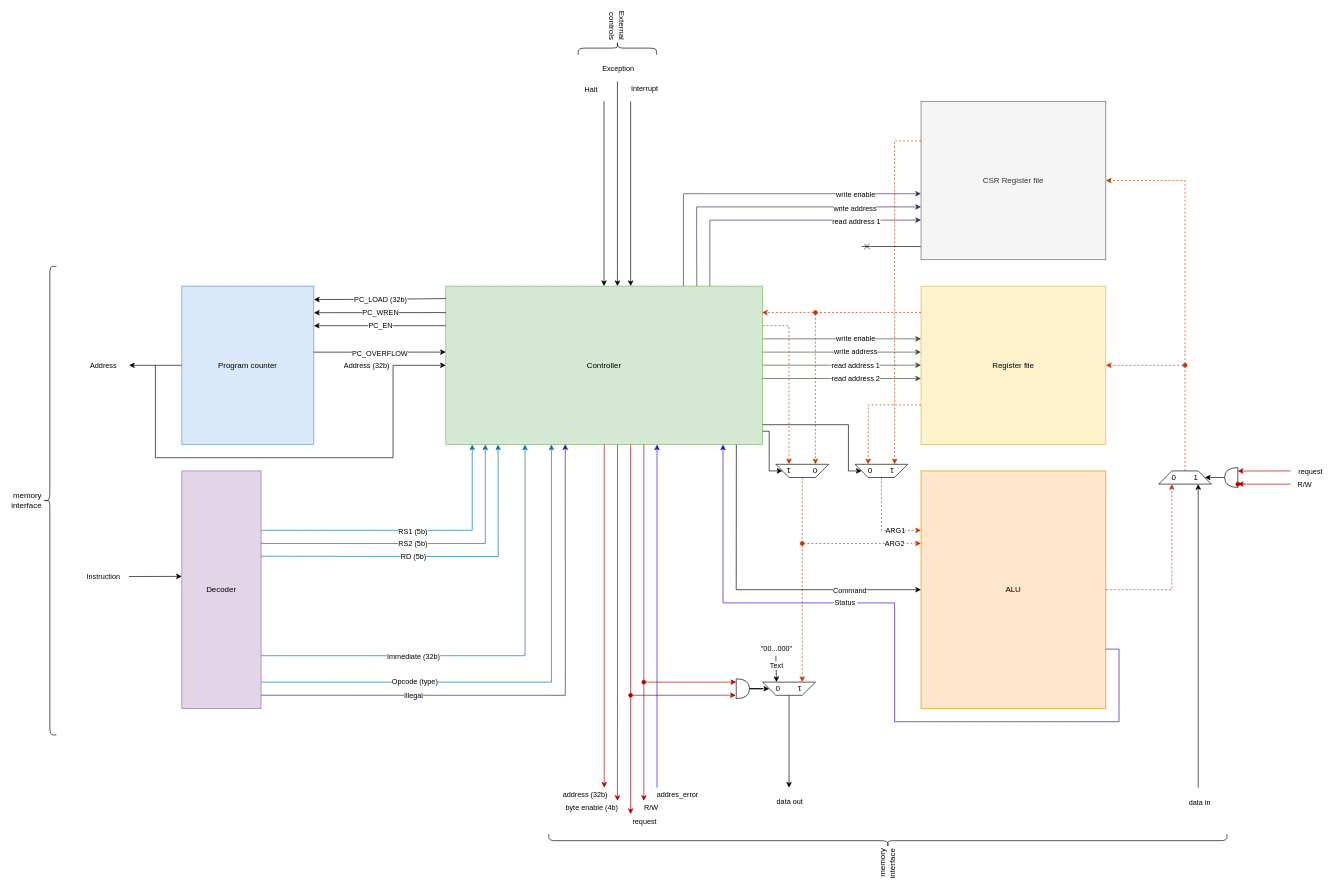
This is core.drawio from lheywang/RV32, a draw.io file, before an edit. Source tidied: cells renumbered, new cells numbered last; positions are measured from the earlier drawing's top-left corner, leaving out a move shared by most shapes. Both pictures are drawn from the tidied source at 66%, with x=0, y=0 at pixel (43, 9).
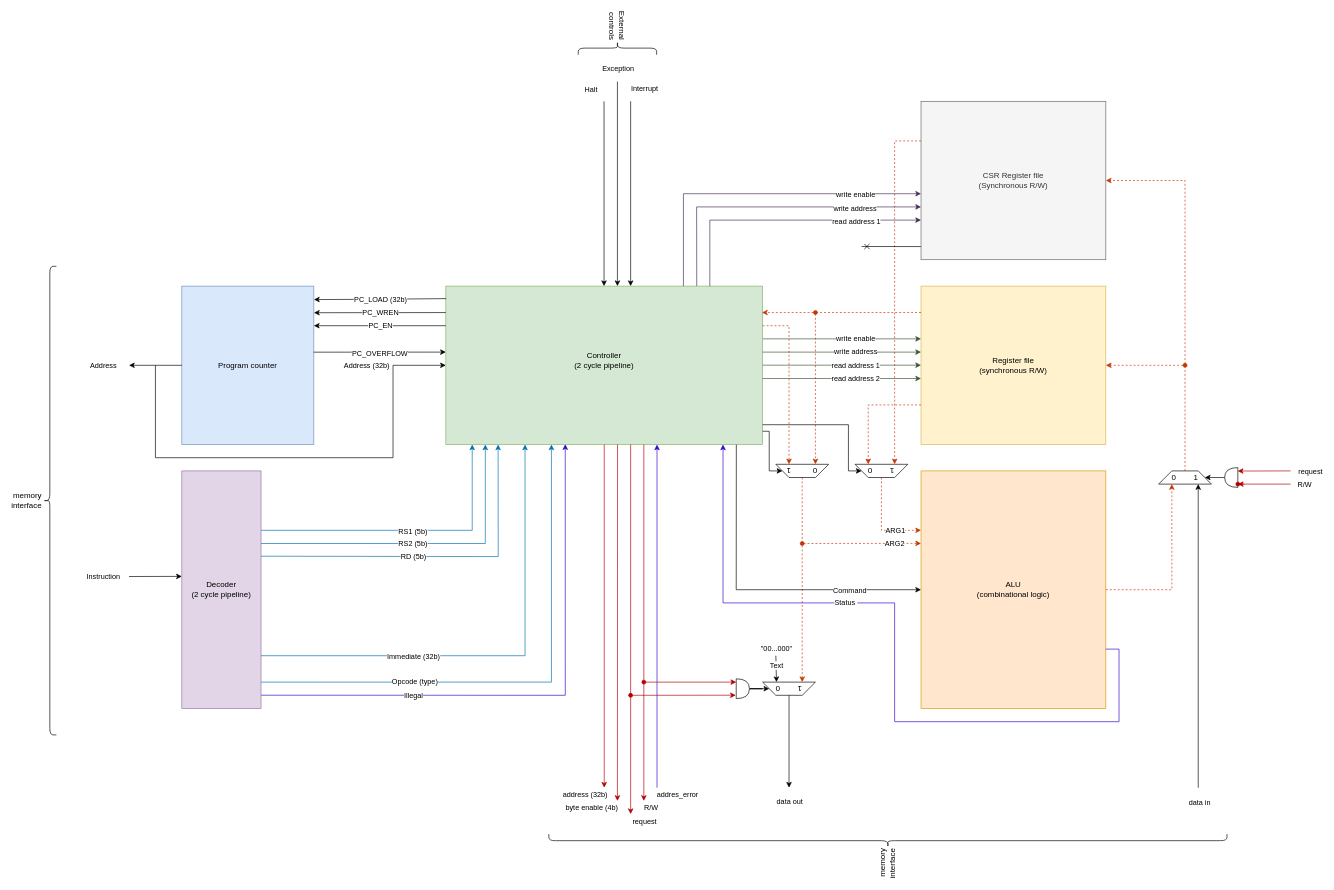
The same page after the edit.

Commit message:
Added annotations about cycles counts for each modules

Change to the diagram source:
```diff
@@
-    <mxCell id="2" value="Controller" style="rounded=0;whiteSpace=wrap;html=1;fillColor=#d5e8d4;strokeColor=#82b366;" parent="1" vertex="1">
+    <mxCell id="2" value="Controller&lt;div&gt;&lt;font color=&quot;#000000&quot;&gt;(2 cycle pipeline)&lt;br&gt;&lt;/font&gt;&lt;div&gt;&lt;br&gt;&lt;/div&gt;&lt;/div&gt;" style="rounded=0;whiteSpace=wrap;html=1;fillColor=#d5e8d4;strokeColor=#82b366;" parent="1" vertex="1">
       <mxGeometry x="610" y="420" width="480" height="240" as="geometry" />
     </mxCell>
-    <mxCell id="3" value="Decoder" style="rounded=0;whiteSpace=wrap;html=1;fillColor=#e1d5e7;strokeColor=#9673a6;" parent="1" vertex="1">
+    <mxCell id="3" value="Decoder&lt;div&gt;(2 cycle pipeline)&lt;/div&gt;" style="rounded=0;whiteSpace=wrap;html=1;fillColor=#e1d5e7;strokeColor=#9673a6;" parent="1" vertex="1">
       <mxGeometry x="210" y="700" width="120" height="360" as="geometry" />
     </mxCell>
-    <mxCell id="4" value="Register file" style="rounded=0;whiteSpace=wrap;html=1;fillColor=#fff2cc;strokeColor=#d6b656;" parent="1" vertex="1">
+    <mxCell id="4" value="Register file&lt;div&gt;(synchronous R/W)&lt;/div&gt;" style="rounded=0;whiteSpace=wrap;html=1;fillColor=#fff2cc;strokeColor=#d6b656;" parent="1" vertex="1">
       <mxGeometry x="1330" y="420" width="280" height="240" as="geometry" />
     </mxCell>
-    <mxCell id="5" value="CSR Register file" style="rounded=0;whiteSpace=wrap;html=1;fillColor=#f5f5f5;fontColor=#333333;strokeColor=#666666;" parent="1" vertex="1">
+    <mxCell id="5" value="CSR Register file&lt;div&gt;(Synchronous R/W)&lt;/div&gt;" style="rounded=0;whiteSpace=wrap;html=1;fillColor=#f5f5f5;fontColor=#333333;strokeColor=#666666;" parent="1" vertex="1">
       <mxGeometry x="1330" y="140" width="280" height="240" as="geometry" />
     </mxCell>
-    <mxCell id="6" value="ALU" style="rounded=0;whiteSpace=wrap;html=1;fillColor=#ffe6cc;strokeColor=#d79b00;" parent="1" vertex="1">
+    <mxCell id="6" value="ALU&lt;div&gt;(combinational logic)&lt;/div&gt;" style="rounded=0;whiteSpace=wrap;html=1;fillColor=#ffe6cc;strokeColor=#d79b00;" parent="1" vertex="1">
       <mxGeometry x="1330" y="700" width="280" height="360" as="geometry" />
     </mxCell>
```
